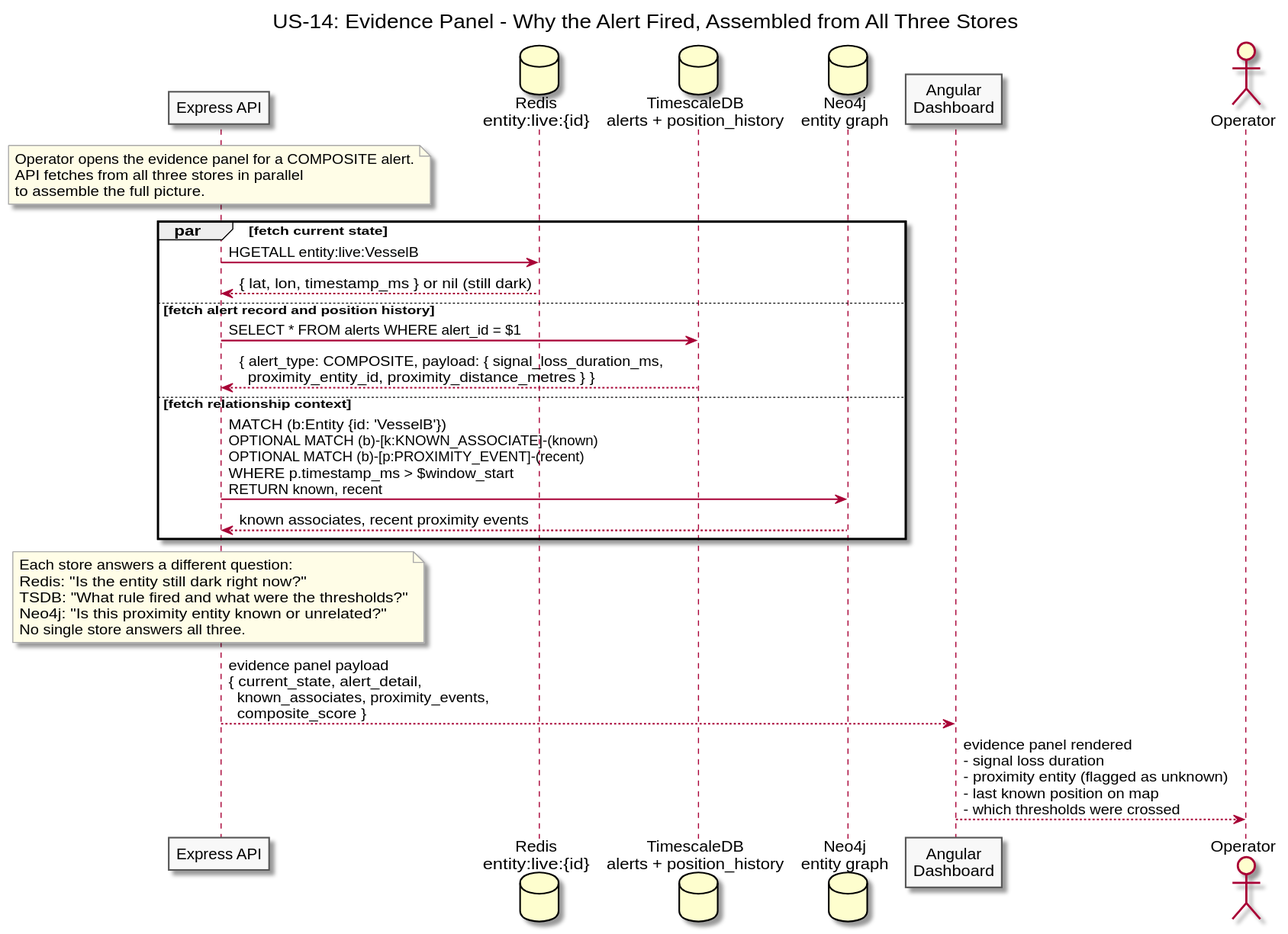
Above: diagrams/docs/use-cases/US-14-entity-investigation/evidence-panel.svg in Buffden/sentinel (PlantUML), before the change.
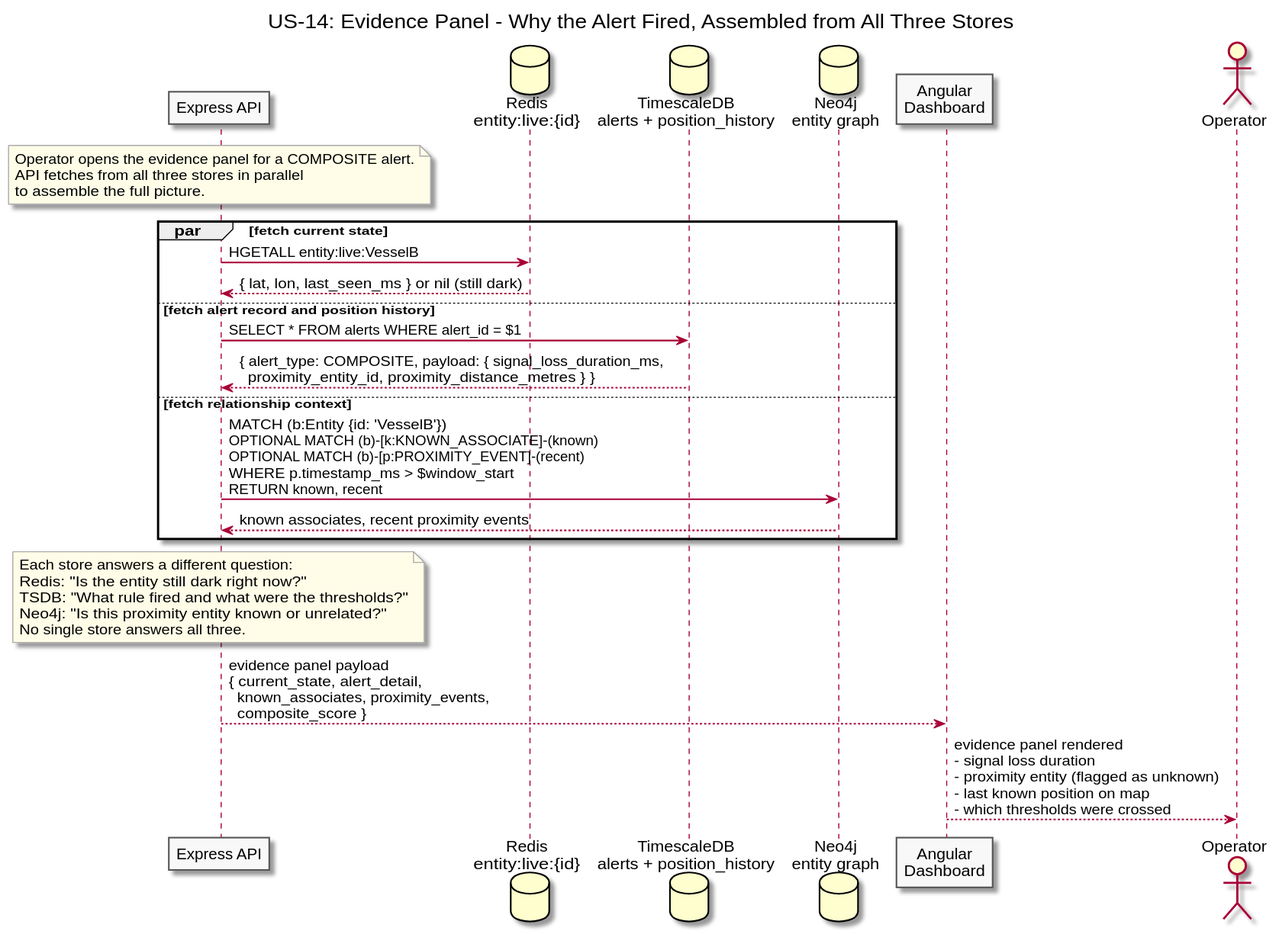
Above is the later version.

Change to the diagram source:
```diff
@@ -22,7 +22,7 @@
 
 par fetch current state
   API -> Redis : HGETALL entity:live:VesselB
-  Redis --> API : { lat, lon, timestamp_ms } or nil (still dark)
+  Redis --> API : { lat, lon, last_seen_ms } or nil (still dark)
 else fetch alert record and position history
   API -> TSDB : SELECT * FROM alerts WHERE alert_id = $1
   TSDB --> API : { alert_type: COMPOSITE, payload: { signal_loss_duration_ms,\n  proximity_entity_id, proximity_distance_metres } }
```
